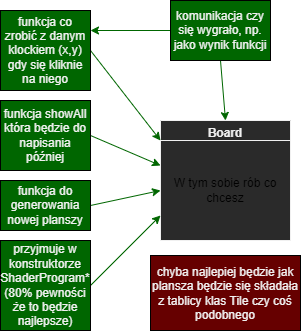
Earlier version of the draw.io export board.drawio.png (goblon17/Gra-Pipe). Source tidied: cells renumbered, new cells last; positions are measured from the earlier drawing's top-left corner, leaving out a move shared by most shapes.
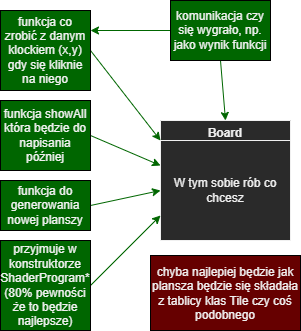
The same diagram one commit later.

Commit message:
Added Board class schematic

Diff of the diagram source:
```diff
@@ -5,7 +5,7 @@
     <mxCell id="2" value="Board" style="swimlane;fillColor=#2A2A2A;fontColor=#F0F0F0;strokeColor=#F0F0F0;" parent="1" vertex="1">
       <mxGeometry x="160" y="120" width="130" height="120" as="geometry" />
     </mxCell>
-    <mxCell id="3" value="W tym sobie rób co chcesz" style="text;html=1;strokeColor=#F0F0F0;fillColor=#2A2A2A;align=center;verticalAlign=middle;whiteSpace=wrap;rounded=0;" parent="2" vertex="1">
+    <mxCell id="3" value="W tym sobie rób co chcesz" style="text;html=1;strokeColor=#F0F0F0;fillColor=#2A2A2A;align=center;verticalAlign=middle;whiteSpace=wrap;rounded=0;fontColor=#F0F0F0;" parent="2" vertex="1">
       <mxGeometry y="20" width="130" height="100" as="geometry" />
     </mxCell>
     <mxCell id="4" style="edgeStyle=none;html=1;exitX=1;exitY=0.5;exitDx=0;exitDy=0;entryX=0;entryY=0;entryDx=0;entryDy=0;fontColor=#F0F0F0;strokeColor=#006600;" parent="1" edge="1" source="5" target="3">
```
